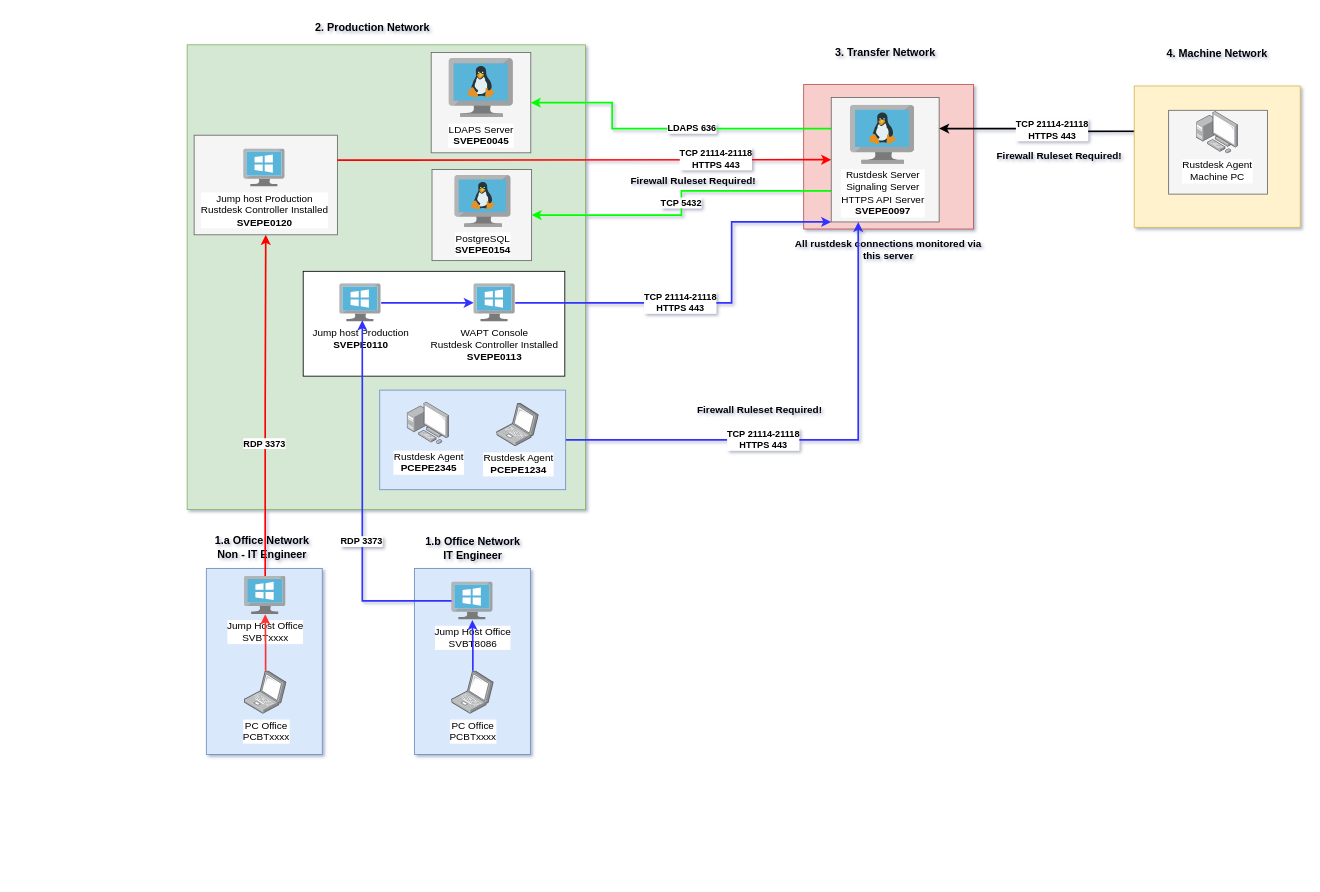
Before: page "All" (2 of 3) of rustdesk.drawio in iippam/proyek-01, a draw.io diagram. Source tidied: cells renumbered, new cells numbered last; positions are measured from the earlier drawing's top-left corner, leaving out a move shared by most shapes. Both pictures are drawn from the tidied source at 83%, with x=0, y=0 at pixel (187, 14).
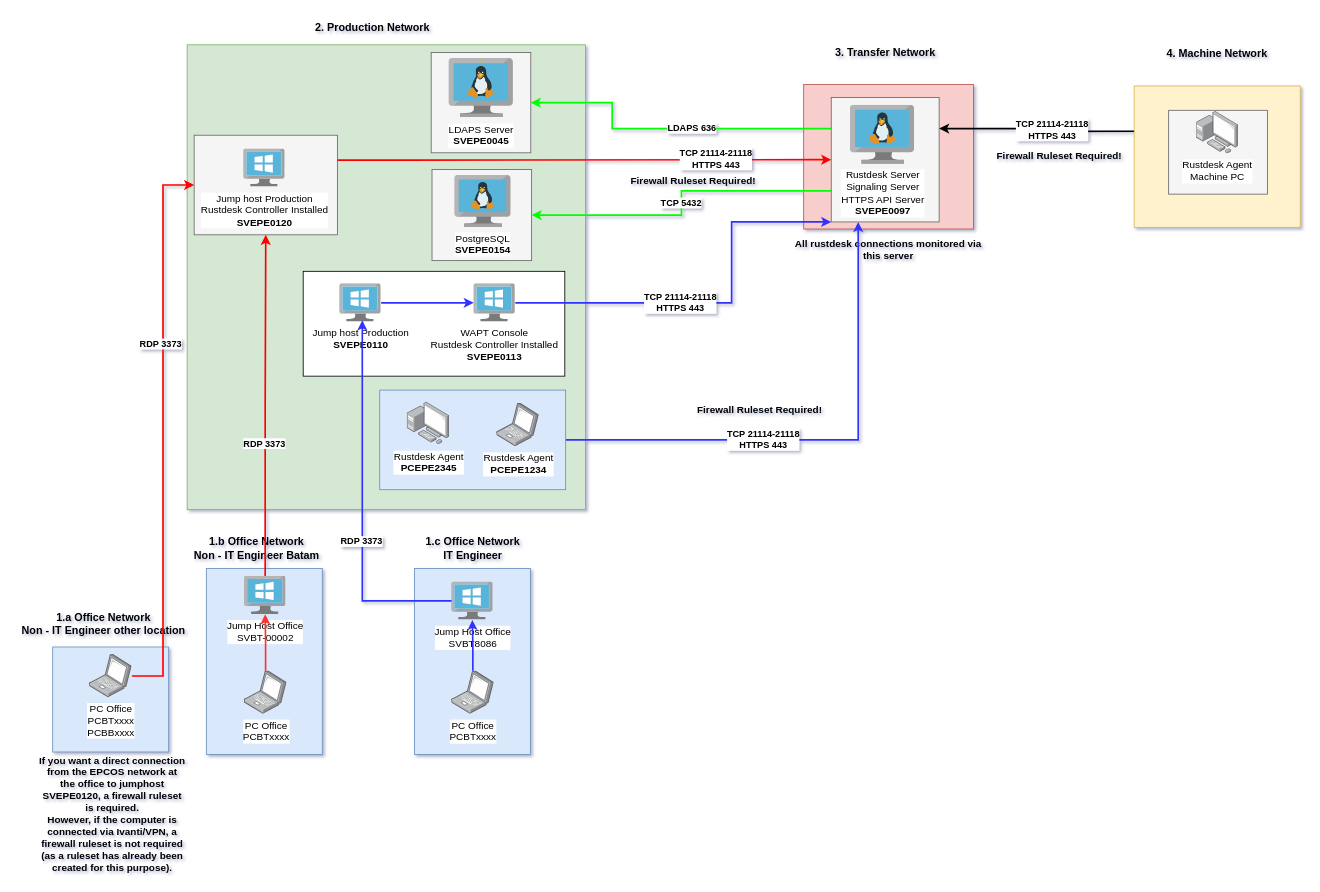
Above is the later version.

Unchanged cells that the change refers to:
```xml
<mxCell id="4" style="rounded=0;whiteSpace=wrap;html=1;fillColor=#f5f5f5;strokeColor=#666666;fontColor=#333333;" parent="1" vertex="1">
  <mxGeometry x="8.4" y="145.4" width="172.6" height="120" as="geometry" />
</mxCell>
```

The edit, as a diff of the source:
```diff
@@
-    <mxCell id="25" value="&lt;b&gt;1.a Office Network&lt;/b&gt;&lt;div&gt;&lt;b&gt;Non - IT Engineer&lt;/b&gt;&lt;/div&gt;" style="text;html=1;align=center;verticalAlign=middle;whiteSpace=wrap;rounded=0;fontSize=13;" parent="1" vertex="1">
-      <mxGeometry x="19" y="627.4" width="142.5" height="30" as="geometry" />
+    <mxCell id="25" value="&lt;b&gt;1.b Office Network&lt;/b&gt;&lt;div&gt;&lt;b&gt;Non - IT Engineer Batam&lt;/b&gt;&lt;/div&gt;" style="text;html=1;align=center;verticalAlign=middle;whiteSpace=wrap;rounded=0;fontSize=13;" parent="1" vertex="1">
+      <mxGeometry x="6" y="627.5" width="155.5" height="30" as="geometry" />
     </mxCell>
@@
-    <mxCell id="28" value="Jump Host Office&lt;div&gt;SVBTxxxx&lt;/div&gt;" style="image;sketch=0;html=1;points=[];align=center;fontSize=12;image=img/lib/mscae/VirtualMachineWindows.svg;" parent="1" vertex="1">
+    <mxCell id="28" value="Jump Host Office&lt;div&gt;SVBT-00002&lt;/div&gt;" style="image;sketch=0;html=1;points=[];align=center;fontSize=12;image=img/lib/mscae/VirtualMachineWindows.svg;" parent="1" vertex="1">
       <mxGeometry x="69" y="676.7" width="50" height="46" as="geometry" />
     </mxCell>
@@
-    <mxCell id="40" value="&lt;b&gt;1.b Office Network&lt;/b&gt;&lt;div&gt;&lt;b&gt;IT Engineer&lt;/b&gt;&lt;/div&gt;" style="text;html=1;align=center;verticalAlign=middle;whiteSpace=wrap;rounded=0;fontSize=13;" parent="1" vertex="1">
+    <mxCell id="40" value="&lt;b&gt;1.c Office Network&lt;/b&gt;&lt;div&gt;&lt;b&gt;IT Engineer&lt;/b&gt;&lt;/div&gt;" style="text;html=1;align=center;verticalAlign=middle;whiteSpace=wrap;rounded=0;fontSize=13;" parent="1" vertex="1">
       <mxGeometry x="272.5" y="628.4" width="142.5" height="30" as="geometry" />
     </mxCell>
@@
+    <mxCell id="55" style="rounded=0;whiteSpace=wrap;html=1;fillColor=#dae8fc;strokeColor=#6c8ebf;" parent="1" vertex="1">
+      <mxGeometry x="-162" y="762" width="139.7" height="126.5" as="geometry" />
+    </mxCell>
+    <mxCell id="56" value="&lt;div&gt;PC Office&lt;/div&gt;&lt;div&gt;PCBTxxxx&lt;br&gt;PCBBxxxx&lt;/div&gt;" style="sketch=0;shadow=0;dashed=0;html=1;strokeColor=none;fillColor=#00BEF2;labelPosition=center;verticalLabelPosition=bottom;verticalAlign=top;outlineConnect=0;align=center;shape=image;labelBackgroundColor=default;image=img/lib/allied_telesis/computer_and_terminals/Laptop.svg;points=[];" parent="1" vertex="1">
+      <mxGeometry x="-117.6" y="771" width="51" height="52" as="geometry" />
+    </mxCell>
+    <mxCell id="57" value="&lt;b&gt;1.a Office Network&lt;/b&gt;&lt;div&gt;&lt;b&gt;Non - IT Engineer other location&lt;/b&gt;&lt;/div&gt;" style="text;html=1;align=center;verticalAlign=middle;whiteSpace=wrap;rounded=0;fontSize=13;" parent="1" vertex="1">
+      <mxGeometry x="-208" y="719" width="214.5" height="30" as="geometry" />
+    </mxCell>
+    <mxCell id="58" style="edgeStyle=orthogonalEdgeStyle;rounded=0;jettySize=auto;html=1;strokeWidth=2;strokeColor=light-dark(#ff0000, #ededed);entryX=0;entryY=0.5;entryDx=0;entryDy=0;" parent="1" edge="1" source="56" target="4">
+      <mxGeometry relative="1" as="geometry" />
+    </mxCell>
+    <mxCell id="59" value="&lt;b&gt;RDP 3373&lt;/b&gt;" style="edgeLabel;html=1;align=center;verticalAlign=middle;" parent="58" vertex="1">
+      <mxGeometry x="0.04" relative="1" as="geometry">
+        <mxPoint x="-3" y="-91" as="offset" />
+      </mxGeometry>
+    </mxCell>
+    <mxCell id="60" value="&lt;div&gt;&lt;b&gt;If you want a direct connection from the EPCOS network at the office to jumphost SVEPE0120, a firewall ruleset is required.&lt;/b&gt;&lt;/div&gt;&lt;div&gt;&lt;b&gt;However, if the computer is connected via Ivanti/VPN, a firewall ruleset is not required (as a ruleset has already been created for this purpose).&lt;/b&gt;&lt;/div&gt;" style="text;html=1;align=center;verticalAlign=middle;whiteSpace=wrap;rounded=0;" parent="1" vertex="1">
+      <mxGeometry x="-180" y="949" width="180" height="27.9" as="geometry" />
+    </mxCell>
```
